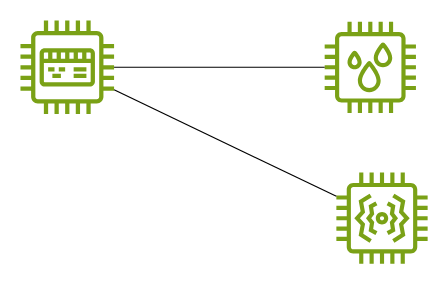
Above: Diagrama sin título.drawio in isabelmisg99/Modbus-Architecture-Diagrams (draw.io), before the change. Source tidied: cells renumbered, new cells numbered last; positions are measured from the earlier drawing's top-left corner, leaving out a move shared by most shapes. Both pictures are drawn from the tidied source at 117%, with x=0, y=0 at pixel (20, 20).
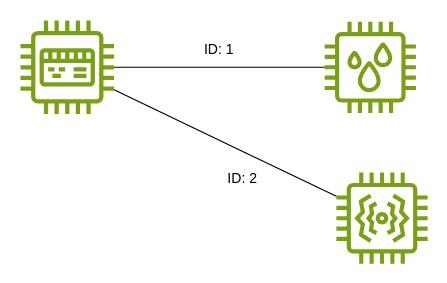
After the change.

The edit, as a diff of the source:
```diff
@@
 <mxGraphModel>
   <root>
     <mxCell id="0" />
     <mxCell id="1" parent="0" />
     <mxCell id="2" style="sketch=0;outlineConnect=0;fontColor=#232F3E;gradientColor=none;fillColor=#7AA116;strokeColor=none;dashed=0;verticalLabelPosition=bottom;verticalAlign=top;align=center;html=1;fontSize=12;fontStyle=0;shape=mxgraph.aws4.iot_thing_industrial_pc;" parent="1" vertex="1">
       <mxGeometry width="80" height="80" as="geometry" />
     </mxCell>
     <mxCell id="3" style="sketch=0;fontColor=#232F3E;gradientColor=none;fillColor=#7AA116;strokeColor=none;dashed=0;verticalLabelPosition=bottom;verticalAlign=top;align=center;html=1;fontSize=12;fontStyle=0;shape=mxgraph.aws4.iot_thing_humidity_sensor;" parent="1" vertex="1">
       <mxGeometry x="260" y="1" width="78" height="78" as="geometry" />
     </mxCell>
     <mxCell id="4" style="sketch=0;outlineConnect=0;fontColor=#232F3E;gradientColor=none;fillColor=#7AA116;strokeColor=none;dashed=0;verticalLabelPosition=bottom;verticalAlign=top;align=center;html=1;fontSize=12;fontStyle=0;shape=mxgraph.aws4.iot_thing_vibration_sensor;" parent="1" vertex="1">
       <mxGeometry x="270" y="130" width="78" height="78" as="geometry" />
     </mxCell>
     <mxCell id="5" style="endArrow=none;html=1;rounded=0;" parent="1" edge="1">
       <mxGeometry relative="1" as="geometry">
         <mxPoint x="80" y="40" as="sourcePoint" />
         <mxPoint x="260" y="40" as="targetPoint" />
       </mxGeometry>
     </mxCell>
     <mxCell id="6" style="endArrow=none;html=1;rounded=0;" parent="1" edge="1" source="2" target="4">
       <mxGeometry relative="1" as="geometry" />
     </mxCell>
+    <mxCell id="7" value="ID: 1" style="text;html=1;whiteSpace=wrap;strokeColor=none;fillColor=none;align=center;verticalAlign=middle;rounded=0;" parent="1" vertex="1">
+      <mxGeometry x="140" y="10" width="60" height="30" as="geometry" />
+    </mxCell>
+    <mxCell id="8" value="ID: 2" style="text;html=1;whiteSpace=wrap;strokeColor=none;fillColor=none;align=center;verticalAlign=middle;rounded=0;" parent="1" vertex="1">
+      <mxGeometry x="160" y="120" width="60" height="30" as="geometry" />
+    </mxCell>
   </root>
 </mxGraphModel>
```
